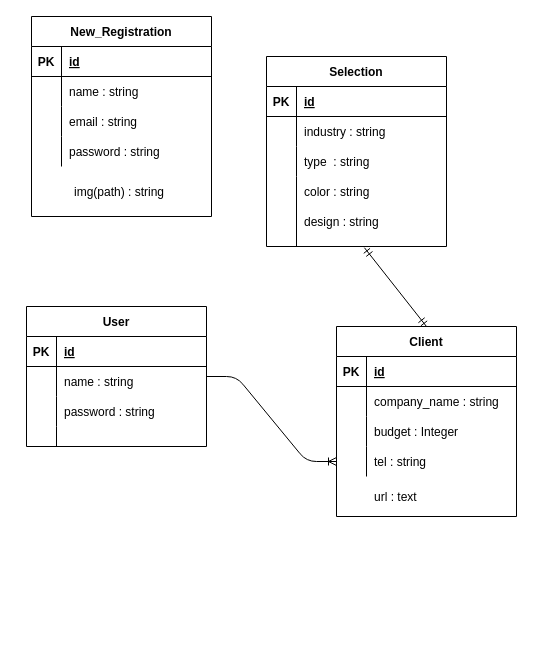
The draw.io diagram er.dio in s-miyazato/cb_sayaka, before the edit. Source tidied: cells renumbered, new cells numbered last; positions are measured from the earlier drawing's top-left corner, leaving out a move shared by most shapes. Both pictures are drawn from the tidied source at 100%, with x=0, y=0 at pixel (26, 16).
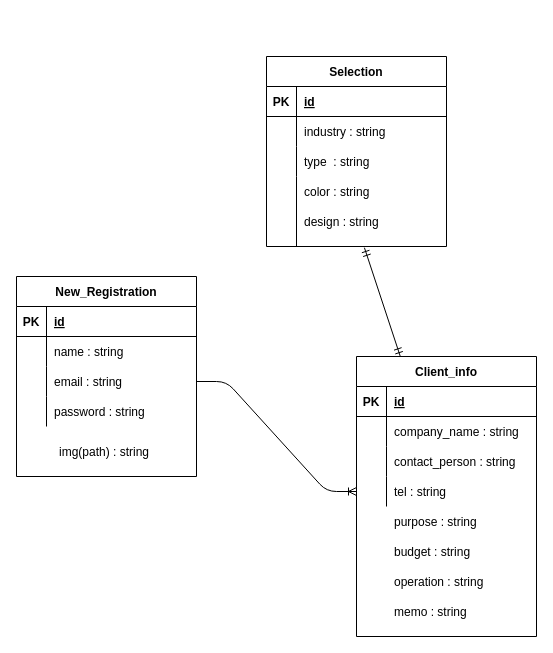
Above is the later version.

Unchanged cells that the change refers to:
```xml
<mxCell id="26" style="shape=partialRectangle;fillColor=none;top=0;left=0;bottom=0;right=0;points=[[0,0.5],[1,0.5]];portConstraint=eastwest;" parent="16" vertex="1">
  <mxGeometry y="120" width="180" height="70" as="geometry" />
</mxCell>
<mxCell id="56" style="shape=partialRectangle;fillColor=none;top=0;left=0;bottom=0;right=0;points=[[0,0.5],[1,0.5]];portConstraint=eastwest;" parent="49" vertex="1">
  <mxGeometry y="90" width="180" height="30" as="geometry" />
</mxCell>
```

What changed in the source:
```diff
@@
-    <mxCell id="2" value="User" style="shape=table;startSize=30;childLayout=tableLayout;rowLines=0;fontStyle=1;align=center;" parent="1" vertex="1">
-      <mxGeometry y="290" width="180" height="140" as="geometry" />
-    </mxCell>
-    <mxCell id="3" style="shape=partialRectangle;fillColor=none;top=0;left=0;bottom=1;right=0;" parent="2" vertex="1">
-      <mxGeometry y="30" width="180" height="30" as="geometry" />
-    </mxCell>
-    <mxCell id="4" value="PK" style="shape=partialRectangle;fillColor=none;top=0;left=0;bottom=0;right=0;fontStyle=1;overflow=hidden;" parent="3" vertex="1">
-      <mxGeometry width="30" height="30" as="geometry" />
-    </mxCell>
-    <mxCell id="5" value="id" style="shape=partialRectangle;fillColor=none;top=0;left=0;bottom=0;right=0;align=left;spacingLeft=6;fontStyle=5;overflow=hidden;" parent="3" vertex="1">
-      <mxGeometry x="30" width="150" height="30" as="geometry" />
-    </mxCell>
-    <mxCell id="6" style="shape=partialRectangle;fillColor=none;top=0;left=0;bottom=0;right=0;" parent="2" vertex="1">
-      <mxGeometry y="60" width="180" height="30" as="geometry" />
-    </mxCell>
-    <mxCell id="7" style="shape=partialRectangle;fillColor=none;top=0;left=0;bottom=0;right=0;overflow=hidden;" parent="6" vertex="1">
-      <mxGeometry width="30" height="30" as="geometry" />
-    </mxCell>
-    <mxCell id="8" value="name : string" style="shape=partialRectangle;fillColor=none;top=0;left=0;bottom=0;right=0;align=left;spacingLeft=6;overflow=hidden;" parent="6" vertex="1">
-      <mxGeometry x="30" width="150" height="30" as="geometry" />
-    </mxCell>
-    <mxCell id="9" style="shape=partialRectangle;fillColor=none;top=0;left=0;bottom=0;right=0;" parent="2" vertex="1">
-      <mxGeometry y="90" width="180" height="30" as="geometry" />
-    </mxCell>
-    <mxCell id="10" style="shape=partialRectangle;fillColor=none;top=0;left=0;bottom=0;right=0;overflow=hidden;" parent="9" vertex="1">
-      <mxGeometry width="30" height="30" as="geometry" />
-    </mxCell>
-    <mxCell id="11" value="password : string" style="shape=partialRectangle;fillColor=none;top=0;left=0;bottom=0;right=0;align=left;spacingLeft=6;overflow=hidden;" parent="9" vertex="1">
-      <mxGeometry x="30" width="150" height="30" as="geometry" />
-    </mxCell>
-    <mxCell id="12" style="shape=partialRectangle;fillColor=none;top=0;left=0;bottom=0;right=0;" parent="2" vertex="1">
-      <mxGeometry y="120" width="180" height="20" as="geometry" />
-    </mxCell>
-    <mxCell id="13" style="shape=partialRectangle;fillColor=none;top=0;left=0;bottom=0;right=0;overflow=hidden;" parent="12" vertex="1">
-      <mxGeometry width="30" height="20" as="geometry" />
-    </mxCell>
-    <mxCell id="14" style="shape=partialRectangle;fillColor=none;top=0;left=0;bottom=0;right=0;align=left;spacingLeft=6;overflow=hidden;" parent="12" vertex="1">
-      <mxGeometry x="30" width="150" height="20" as="geometry" />
-    </mxCell>
@@
-    <mxCell id="31" style="group;" parent="1" vertex="1">
-      <mxGeometry x="310" y="310" width="180" height="190" as="geometry" />
-    </mxCell>
-    <mxCell id="32" value="Client" style="shape=table;startSize=30;childLayout=tableLayout;rowLines=0;fontStyle=1;align=center;" parent="31" vertex="1">
-      <mxGeometry width="180" height="190" as="geometry" />
-    </mxCell>
-    <mxCell id="33" style="shape=partialRectangle;fillColor=none;top=0;left=0;bottom=1;right=0;" parent="32" vertex="1">
-      <mxGeometry y="30" width="180" height="30" as="geometry" />
-    </mxCell>
-    <mxCell id="34" value="PK" style="shape=partialRectangle;fillColor=none;top=0;left=0;bottom=0;right=0;fontStyle=1;overflow=hidden;" parent="33" vertex="1">
-      <mxGeometry width="30" height="30" as="geometry" />
-    </mxCell>
-    <mxCell id="35" value="id" style="shape=partialRectangle;fillColor=none;top=0;left=0;bottom=0;right=0;align=left;spacingLeft=6;fontStyle=5;overflow=hidden;" parent="33" vertex="1">
-      <mxGeometry x="30" width="150" height="30" as="geometry" />
-    </mxCell>
-    <mxCell id="36" style="shape=partialRectangle;fillColor=none;top=0;left=0;bottom=0;right=0;" parent="32" vertex="1">
-      <mxGeometry y="60" width="180" height="30" as="geometry" />
-    </mxCell>
-    <mxCell id="37" style="shape=partialRectangle;fillColor=none;top=0;left=0;bottom=0;right=0;overflow=hidden;" parent="36" vertex="1">
-      <mxGeometry width="30" height="30" as="geometry" />
-    </mxCell>
-    <mxCell id="38" value="company_name : string" style="shape=partialRectangle;fillColor=none;top=0;left=0;bottom=0;right=0;align=left;spacingLeft=6;overflow=hidden;" parent="36" vertex="1">
-      <mxGeometry x="30" width="150" height="30" as="geometry" />
-    </mxCell>
-    <mxCell id="39" style="shape=partialRectangle;fillColor=none;top=0;left=0;bottom=0;right=0;" parent="32" vertex="1">
-      <mxGeometry y="90" width="180" height="30" as="geometry" />
-    </mxCell>
-    <mxCell id="40" style="shape=partialRectangle;fillColor=none;top=0;left=0;bottom=0;right=0;overflow=hidden;" parent="39" vertex="1">
-      <mxGeometry width="30" height="30" as="geometry" />
-    </mxCell>
-    <mxCell id="41" value="budget : Integer" style="shape=partialRectangle;fillColor=none;top=0;left=0;bottom=0;right=0;align=left;spacingLeft=6;overflow=hidden;" parent="39" vertex="1">
-      <mxGeometry x="30" width="150" height="30" as="geometry" />
-    </mxCell>
-    <mxCell id="42" style="shape=partialRectangle;fillColor=none;top=0;left=0;bottom=0;right=0;points=[[0,0.5],[1,0.5]];portConstraint=eastwest;" parent="32" vertex="1">
-      <mxGeometry y="120" width="180" height="30" as="geometry" />
-    </mxCell>
-    <mxCell id="43" style="shape=partialRectangle;fillColor=none;top=0;left=0;bottom=0;right=0;overflow=hidden;" parent="42" vertex="1">
-      <mxGeometry width="30" height="30" as="geometry" />
-    </mxCell>
-    <mxCell id="44" value="tel : string" style="shape=partialRectangle;fillColor=none;top=0;left=0;bottom=0;right=0;align=left;spacingLeft=6;overflow=hidden;" parent="42" vertex="1">
-      <mxGeometry x="30" width="150" height="30" as="geometry" />
-    </mxCell>
-    <mxCell id="45" value="url : text" style="shape=partialRectangle;fillColor=none;top=0;left=0;bottom=0;right=0;align=left;spacingLeft=6;overflow=hidden;" parent="31" vertex="1">
-      <mxGeometry x="30" y="160" width="150" height="20.4" as="geometry" />
-    </mxCell>
-    <mxCell id="46" style="edgeStyle=entityRelationEdgeStyle;fontSize=12;html=1;endArrow=ERoneToMany;" parent="1" edge="1" source="2" target="42">
-      <mxGeometry relative="1" as="geometry" />
-    </mxCell>
-    <mxCell id="47" style="fontSize=12;html=1;endArrow=ERmandOne;startArrow=ERmandOne;entryX=0.544;entryY=1.017;entryDx=0;entryDy=0;entryPerimeter=0;exitX=0.5;exitY=0;exitDx=0;exitDy=0;" parent="1" edge="1" source="32" target="26">
+    <mxCell id="47" style="fontSize=12;html=1;endArrow=ERmandOne;startArrow=ERmandOne;entryX=0.544;entryY=1.017;entryDx=0;entryDy=0;entryPerimeter=0;" parent="1" edge="1" source="64" target="26">
       <mxGeometry relative="1" as="geometry" />
     </mxCell>
     <mxCell id="48" style="group;" parent="1" vertex="1">
-      <mxGeometry x="5" width="180" height="200" as="geometry" />
+      <mxGeometry x="-10" y="260" width="180" height="200" as="geometry" />
     </mxCell>
@@
+    <mxCell id="63" style="group;" parent="1" vertex="1">
+      <mxGeometry x="330" y="340" width="180" height="280" as="geometry" />
+    </mxCell>
+    <mxCell id="64" value="Client_info" style="shape=table;startSize=30;childLayout=tableLayout;rowLines=0;fontStyle=1;align=center;" parent="63" vertex="1">
+      <mxGeometry width="180" height="280" as="geometry" />
+    </mxCell>
+    <mxCell id="65" style="shape=partialRectangle;fillColor=none;top=0;left=0;bottom=1;right=0;" parent="64" vertex="1">
+      <mxGeometry y="30" width="180" height="30" as="geometry" />
+    </mxCell>
+    <mxCell id="66" value="PK" style="shape=partialRectangle;fillColor=none;top=0;left=0;bottom=0;right=0;fontStyle=1;overflow=hidden;" parent="65" vertex="1">
+      <mxGeometry width="30" height="30" as="geometry" />
+    </mxCell>
+    <mxCell id="67" value="id" style="shape=partialRectangle;fillColor=none;top=0;left=0;bottom=0;right=0;align=left;spacingLeft=6;fontStyle=5;overflow=hidden;" parent="65" vertex="1">
+      <mxGeometry x="30" width="150" height="30" as="geometry" />
+    </mxCell>
+    <mxCell id="68" style="shape=partialRectangle;fillColor=none;top=0;left=0;bottom=0;right=0;" parent="64" vertex="1">
+      <mxGeometry y="60" width="180" height="30" as="geometry" />
+    </mxCell>
+    <mxCell id="69" style="shape=partialRectangle;fillColor=none;top=0;left=0;bottom=0;right=0;overflow=hidden;" parent="68" vertex="1">
+      <mxGeometry width="30" height="30" as="geometry" />
+    </mxCell>
+    <mxCell id="38" value="company_name : string" style="shape=partialRectangle;fillColor=none;top=0;left=0;bottom=0;right=0;align=left;spacingLeft=6;overflow=hidden;" parent="68" vertex="1">
+      <mxGeometry x="30" width="150" height="30" as="geometry" />
+    </mxCell>
+    <mxCell id="70" style="shape=partialRectangle;fillColor=none;top=0;left=0;bottom=0;right=0;" parent="64" vertex="1">
+      <mxGeometry y="90" width="180" height="30" as="geometry" />
+    </mxCell>
+    <mxCell id="71" style="shape=partialRectangle;fillColor=none;top=0;left=0;bottom=0;right=0;overflow=hidden;" parent="70" vertex="1">
+      <mxGeometry width="30" height="30" as="geometry" />
+    </mxCell>
+    <mxCell id="72" value="contact_person : string" style="shape=partialRectangle;fillColor=none;top=0;left=0;bottom=0;right=0;align=left;spacingLeft=6;overflow=hidden;" parent="70" vertex="1">
+      <mxGeometry x="30" width="150" height="30" as="geometry" />
+    </mxCell>
+    <mxCell id="42" style="shape=partialRectangle;fillColor=none;top=0;left=0;bottom=0;right=0;points=[[0,0.5],[1,0.5]];portConstraint=eastwest;" parent="64" vertex="1">
+      <mxGeometry y="120" width="180" height="30" as="geometry" />
+    </mxCell>
+    <mxCell id="73" style="shape=partialRectangle;fillColor=none;top=0;left=0;bottom=0;right=0;overflow=hidden;" parent="42" vertex="1">
+      <mxGeometry width="30" height="30" as="geometry" />
+    </mxCell>
+    <mxCell id="44" value="tel : string" style="shape=partialRectangle;fillColor=none;top=0;left=0;bottom=0;right=0;align=left;spacingLeft=6;overflow=hidden;" parent="42" vertex="1">
+      <mxGeometry x="30" width="150" height="30" as="geometry" />
+    </mxCell>
+    <mxCell id="74" value="purpose : string" style="shape=partialRectangle;fillColor=none;top=0;left=0;bottom=0;right=0;align=left;spacingLeft=6;overflow=hidden;" parent="63" vertex="1">
+      <mxGeometry x="30" y="150" width="150" height="30" as="geometry" />
+    </mxCell>
+    <mxCell id="75" value="budget : string" style="shape=partialRectangle;fillColor=none;top=0;left=0;bottom=0;right=0;align=left;spacingLeft=6;overflow=hidden;" parent="63" vertex="1">
+      <mxGeometry x="30" y="180" width="150" height="30" as="geometry" />
+    </mxCell>
+    <mxCell id="76" value="operation : string" style="shape=partialRectangle;fillColor=none;top=0;left=0;bottom=0;right=0;align=left;spacingLeft=6;overflow=hidden;" parent="63" vertex="1">
+      <mxGeometry x="30" y="210" width="150" height="30" as="geometry" />
+    </mxCell>
+    <mxCell id="77" value="memo : string" style="shape=partialRectangle;fillColor=none;top=0;left=0;bottom=0;right=0;align=left;spacingLeft=6;overflow=hidden;" parent="63" vertex="1">
+      <mxGeometry x="30" y="240" width="150" height="30" as="geometry" />
+    </mxCell>
+    <mxCell id="78" style="edgeStyle=entityRelationEdgeStyle;fontSize=12;html=1;endArrow=ERoneToMany;entryX=0;entryY=0.5;entryDx=0;entryDy=0;exitX=1;exitY=0.5;exitDx=0;exitDy=0;exitPerimeter=0;" parent="1" edge="1" source="56" target="42">
+      <mxGeometry relative="1" as="geometry" />
+    </mxCell>
```
